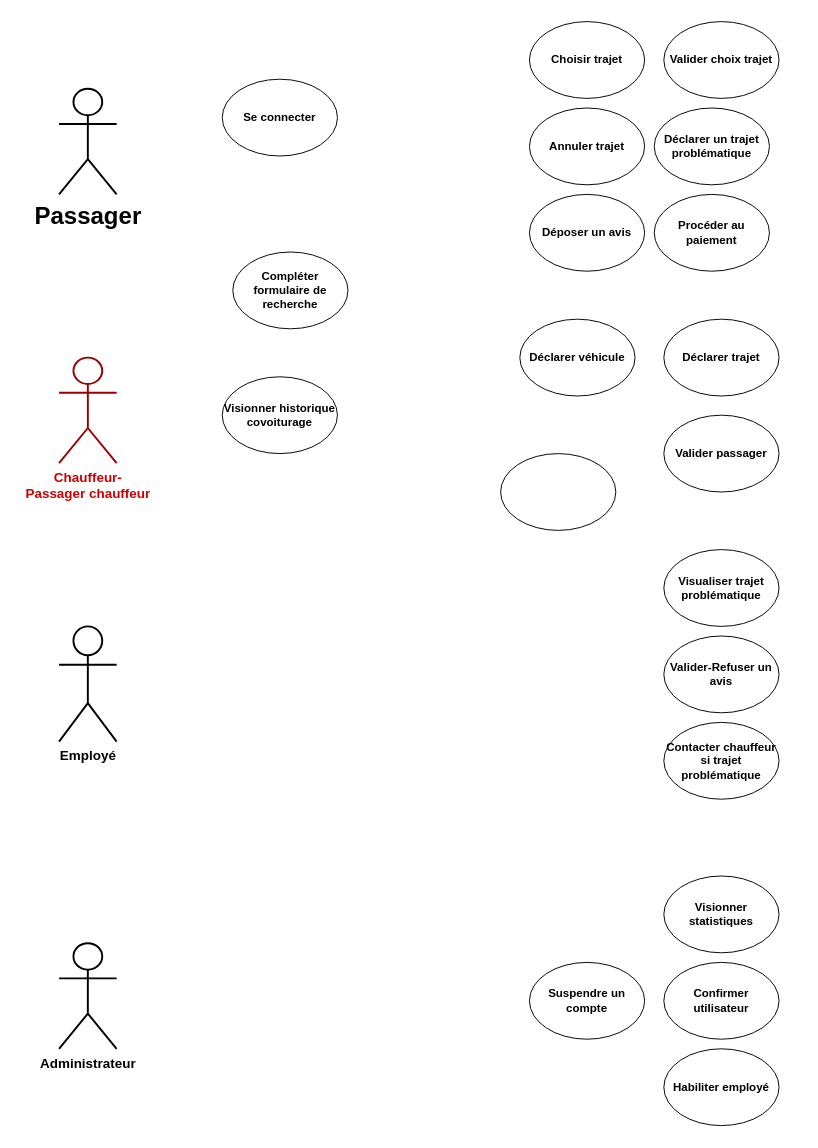
Rachidit/Rachidit keeps this draw.io diagram as Diagramme cas d'utilisation.drawio. Above is the earlier version. Source tidied: cells renumbered, new cells numbered last; positions are measured from the earlier drawing's top-left corner, leaving out a move shared by most shapes. Both pictures are drawn from the tidied source at 96%, with x=0, y=0 at pixel (59, 21).
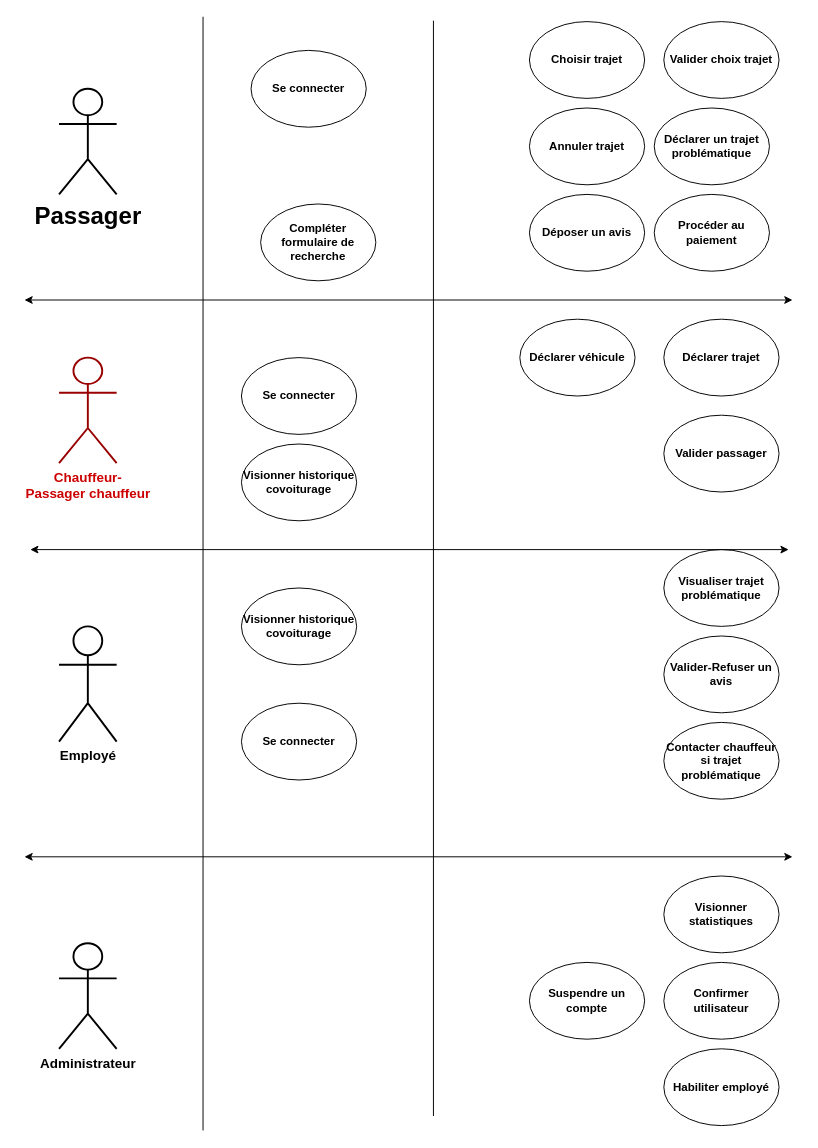
The same page after the edit.

Commit message:
Mettre à jour Diagramme cas d'utilisation.drawio

The edit, as a diff of the source:
```diff
@@
     <mxCell id="8" value="&lt;b&gt;Visionner historique covoiturage&lt;/b&gt;" style="ellipse;whiteSpace=wrap;html=1;fillColor=none;" parent="1" vertex="1">
-      <mxGeometry x="170" y="370" width="120" height="80" as="geometry" />
+      <mxGeometry x="190" y="440" width="120" height="80" as="geometry" />
     </mxCell>
@@
     <mxCell id="12" value="&lt;b&gt;Compléter formulaire de recherche&lt;/b&gt;" style="ellipse;whiteSpace=wrap;html=1;fillColor=none;" parent="1" vertex="1">
-      <mxGeometry x="181" y="240" width="120" height="80" as="geometry" />
+      <mxGeometry x="210" y="190" width="120" height="80" as="geometry" />
     </mxCell>
@@
     <mxCell id="15" value="&lt;b&gt;Se connecter&lt;br&gt;&lt;/b&gt;" style="ellipse;whiteSpace=wrap;html=1;fillColor=none;" parent="1" vertex="1">
-      <mxGeometry x="170" y="60" width="120" height="80" as="geometry" />
+      <mxGeometry x="190" y="350" width="120" height="80" as="geometry" />
     </mxCell>
@@
-    <mxCell id="23" style="ellipse;whiteSpace=wrap;html=1;fillColor=none;" parent="1" vertex="1">
-      <mxGeometry x="460" y="450" width="120" height="80" as="geometry" />
-    </mxCell>
@@
+    <mxCell id="26" style="endArrow=none;html=1;rounded=0;" parent="1" edge="1">
+      <mxGeometry relative="1" as="geometry">
+        <mxPoint x="390" y="1140" as="sourcePoint" />
+        <mxPoint x="390" y="-1" as="targetPoint" />
+      </mxGeometry>
+    </mxCell>
+    <mxCell id="27" style="endArrow=none;html=1;rounded=0;" parent="1" edge="1">
+      <mxGeometry relative="1" as="geometry">
+        <mxPoint x="150" y="1155" as="sourcePoint" />
+        <mxPoint x="150" y="-5" as="targetPoint" />
+      </mxGeometry>
+    </mxCell>
+    <mxCell id="28" style="endArrow=classic;startArrow=classic;html=1;rounded=0;" parent="1" edge="1">
+      <mxGeometry relative="1" as="geometry">
+        <mxPoint x="-36" y="290" as="sourcePoint" />
+        <mxPoint x="764" y="290" as="targetPoint" />
+      </mxGeometry>
+    </mxCell>
+    <mxCell id="29" style="endArrow=classic;startArrow=classic;html=1;rounded=0;" parent="1" edge="1">
+      <mxGeometry relative="1" as="geometry">
+        <mxPoint x="-36" y="870" as="sourcePoint" />
+        <mxPoint x="764" y="870" as="targetPoint" />
+      </mxGeometry>
+    </mxCell>
+    <mxCell id="30" style="endArrow=classic;startArrow=classic;html=1;rounded=0;" parent="1" edge="1">
+      <mxGeometry relative="1" as="geometry">
+        <mxPoint x="-30" y="550" as="sourcePoint" />
+        <mxPoint x="760" y="550" as="targetPoint" />
+      </mxGeometry>
+    </mxCell>
+    <mxCell id="31" value="&lt;b&gt;Visionner historique covoiturage&lt;/b&gt;" style="ellipse;whiteSpace=wrap;html=1;fillColor=none;" parent="1" vertex="1">
+      <mxGeometry x="190" y="590" width="120" height="80" as="geometry" />
+    </mxCell>
+    <mxCell id="32" value="&lt;b&gt;Se connecter&lt;br&gt;&lt;/b&gt;" style="ellipse;whiteSpace=wrap;html=1;fillColor=none;" parent="1" vertex="1">
+      <mxGeometry x="200" y="30" width="120" height="80" as="geometry" />
+    </mxCell>
+    <mxCell id="33" value="&lt;b&gt;Se connecter&lt;br&gt;&lt;/b&gt;" style="ellipse;whiteSpace=wrap;html=1;fillColor=none;" parent="1" vertex="1">
+      <mxGeometry x="190" y="710" width="120" height="80" as="geometry" />
+    </mxCell>
```
